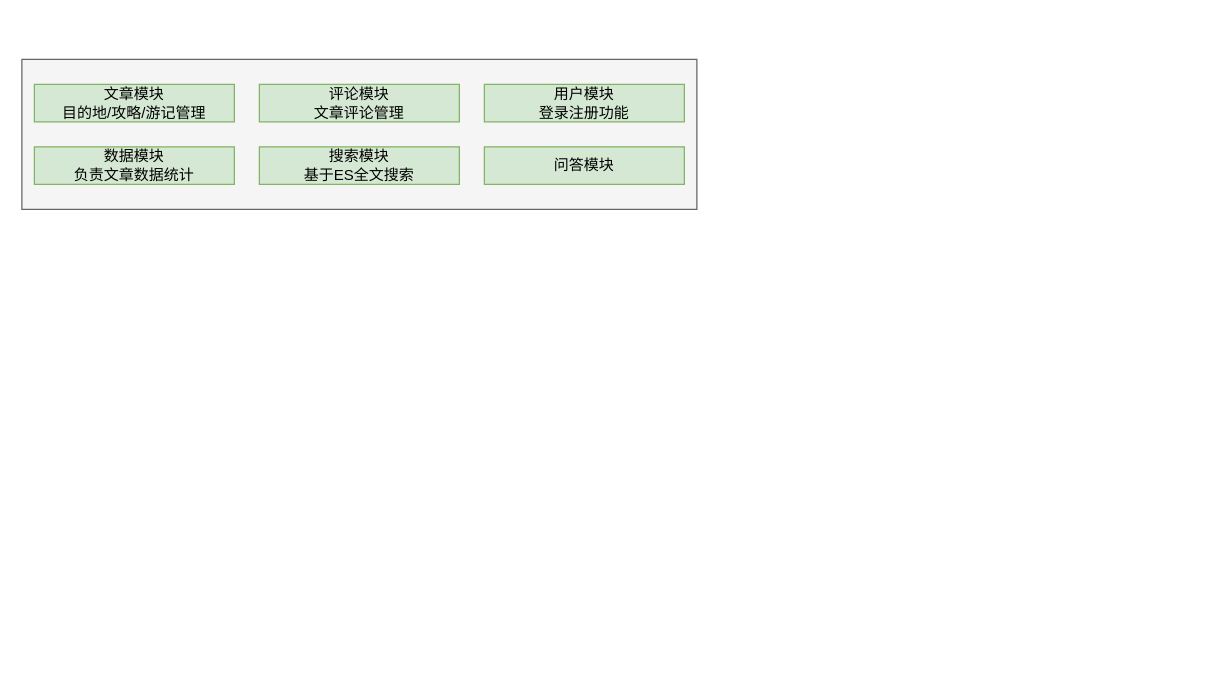
The draw.io diagram 狼行天下项目绘图/狼行天下模块分析.drawio in DarrenHoo-10/DarrenDraw, before the edit. Source tidied: cells renumbered, new cells numbered last; positions are measured from the earlier drawing's top-left corner, leaving out a move shared by most shapes. Both pictures are drawn from the tidied source at 125%, with x=0, y=0 at pixel (21, 59).
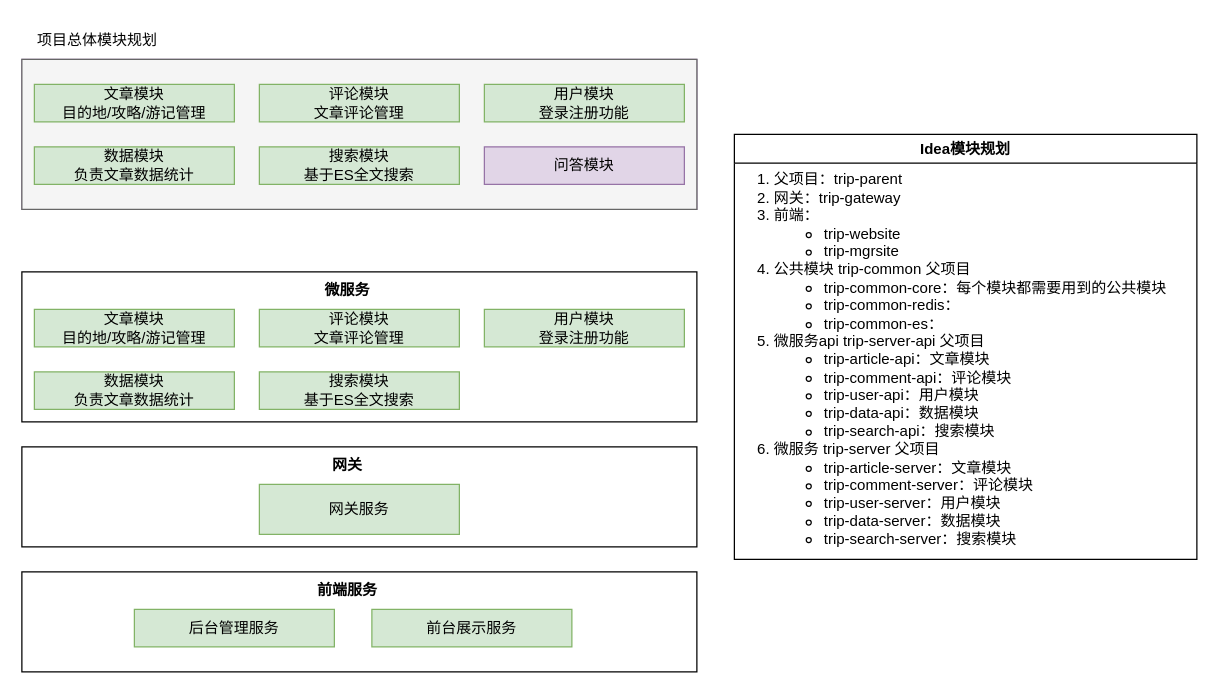
After the change.

Commit message (it also covers changes not shown here):
更新狼行天下模块分析.drawio

Change to the diagram source:
```diff
@@
-    <mxCell id="2" style="group;" parent="1" vertex="1">
+    <mxCell id="2" style="group;fillColor=#e1d5e7;strokeColor=#9673a6;" parent="1" vertex="1">
       <mxGeometry width="540" height="120" as="geometry" />
     </mxCell>
@@
-    <mxCell id="9" value="问答模块" style="rounded=0;whiteSpace=wrap;html=1;fillColor=#d5e8d4;strokeColor=#82b366;" parent="2" vertex="1">
+    <mxCell id="9" value="问答模块" style="rounded=0;whiteSpace=wrap;html=1;fillColor=#e1d5e7;strokeColor=#9673a6;" parent="2" vertex="1">
       <mxGeometry x="370" y="70" width="160" height="30" as="geometry" />
     </mxCell>
+    <mxCell id="10" value="项目总体模块规划" style="text;html=1;align=center;verticalAlign=middle;strokeColor=none;fillColor=none;" parent="1" vertex="1">
+      <mxGeometry y="-30" width="120" height="30" as="geometry" />
+    </mxCell>
+    <mxCell id="11" style="group;" parent="1" vertex="1">
+      <mxGeometry y="170" width="540" height="120" as="geometry" />
+    </mxCell>
+    <mxCell id="12" style="rounded=0;whiteSpace=wrap;html=1;" parent="11" vertex="1">
+      <mxGeometry width="540" height="120" as="geometry" />
+    </mxCell>
+    <mxCell id="13" value="&lt;b&gt;微服务&lt;/b&gt;" style="text;html=1;align=center;verticalAlign=middle;strokeColor=none;fillColor=none;" parent="11" vertex="1">
+      <mxGeometry x="230" width="60" height="30" as="geometry" />
+    </mxCell>
+    <mxCell id="14" value="文章模块&lt;br&gt;目的地/攻略/游记管理" style="rounded=0;whiteSpace=wrap;html=1;fillColor=#d5e8d4;strokeColor=#82b366;" parent="11" vertex="1">
+      <mxGeometry x="10" y="30" width="160" height="30" as="geometry" />
+    </mxCell>
+    <mxCell id="15" value="评论模块&lt;br&gt;文章评论管理" style="rounded=0;whiteSpace=wrap;html=1;fillColor=#d5e8d4;strokeColor=#82b366;" parent="11" vertex="1">
+      <mxGeometry x="190" y="30" width="160" height="30" as="geometry" />
+    </mxCell>
+    <mxCell id="16" value="用户模块&lt;br&gt;登录注册功能" style="rounded=0;whiteSpace=wrap;html=1;fillColor=#d5e8d4;strokeColor=#82b366;" parent="11" vertex="1">
+      <mxGeometry x="370" y="30" width="160" height="30" as="geometry" />
+    </mxCell>
+    <mxCell id="17" value="数据模块&lt;br&gt;负责文章数据统计" style="rounded=0;whiteSpace=wrap;html=1;fillColor=#d5e8d4;strokeColor=#82b366;" parent="11" vertex="1">
+      <mxGeometry x="10" y="80" width="160" height="30" as="geometry" />
+    </mxCell>
+    <mxCell id="18" value="搜索模块&lt;br&gt;基于ES全文搜索" style="rounded=0;whiteSpace=wrap;html=1;fillColor=#d5e8d4;strokeColor=#82b366;" parent="11" vertex="1">
+      <mxGeometry x="190" y="80" width="160" height="30" as="geometry" />
+    </mxCell>
+    <mxCell id="19" style="group;" parent="1" vertex="1">
+      <mxGeometry y="310" width="540" height="80" as="geometry" />
+    </mxCell>
+    <mxCell id="20" style="rounded=0;whiteSpace=wrap;html=1;" parent="19" vertex="1">
+      <mxGeometry width="540" height="80" as="geometry" />
+    </mxCell>
+    <mxCell id="21" value="&lt;b&gt;网关&lt;/b&gt;" style="text;html=1;align=center;verticalAlign=middle;strokeColor=none;fillColor=none;" parent="19" vertex="1">
+      <mxGeometry x="235" width="50" height="30" as="geometry" />
+    </mxCell>
+    <mxCell id="22" value="网关服务" style="rounded=0;whiteSpace=wrap;html=1;fillColor=#d5e8d4;strokeColor=#82b366;" parent="19" vertex="1">
+      <mxGeometry x="190" y="30" width="160" height="40" as="geometry" />
+    </mxCell>
+    <mxCell id="23" style="group;" parent="1" vertex="1">
+      <mxGeometry y="410" width="540" height="80" as="geometry" />
+    </mxCell>
+    <mxCell id="24" style="rounded=0;whiteSpace=wrap;html=1;" parent="23" vertex="1">
+      <mxGeometry width="540" height="80" as="geometry" />
+    </mxCell>
+    <mxCell id="25" value="&lt;b&gt;前端服务&lt;/b&gt;" style="text;html=1;align=center;verticalAlign=middle;strokeColor=none;fillColor=none;" parent="23" vertex="1">
+      <mxGeometry x="225" width="70" height="30" as="geometry" />
+    </mxCell>
+    <mxCell id="26" value="后台管理服务" style="rounded=0;whiteSpace=wrap;html=1;fillColor=#d5e8d4;strokeColor=#82b366;" parent="23" vertex="1">
+      <mxGeometry x="90" y="30" width="160" height="30" as="geometry" />
+    </mxCell>
+    <mxCell id="27" value="前台展示服务" style="rounded=0;whiteSpace=wrap;html=1;fillColor=#d5e8d4;strokeColor=#82b366;" parent="23" vertex="1">
+      <mxGeometry x="280" y="30" width="160" height="30" as="geometry" />
+    </mxCell>
+    <mxCell id="28" value="Idea模块规划" style="swimlane;whiteSpace=wrap;html=1;" parent="1" vertex="1">
+      <mxGeometry x="570" y="60" width="370" height="340" as="geometry" />
+    </mxCell>
+    <mxCell id="29" value="&lt;ol&gt;&lt;li&gt;父项目：trip-parent&lt;/li&gt;&lt;li style=&quot;&quot;&gt;网关：trip-gateway&lt;/li&gt;&lt;li style=&quot;&quot;&gt;前端：&lt;/li&gt;&lt;ul&gt;&lt;li&gt;trip-website&lt;/li&gt;&lt;li&gt;trip-mgrsite&lt;/li&gt;&lt;/ul&gt;&lt;li&gt;公共模块 trip-common 父项目&lt;/li&gt;&lt;ul&gt;&lt;li&gt;trip-common-core：每个模块都需要用到的公共模块&lt;/li&gt;&lt;li&gt;trip-common-redis：&lt;/li&gt;&lt;li&gt;trip-common-es：&lt;/li&gt;&lt;/ul&gt;&lt;li&gt;微服务api trip-server-api 父项目&lt;/li&gt;&lt;ul&gt;&lt;li style=&quot;border-color: var(--border-color);&quot;&gt;trip-article-api：文章模块&lt;/li&gt;&lt;li style=&quot;border-color: var(--border-color);&quot;&gt;trip-comment-api：评论模块&lt;/li&gt;&lt;li style=&quot;border-color: var(--border-color);&quot;&gt;trip-user-api：用户模块&lt;/li&gt;&lt;li style=&quot;border-color: var(--border-color);&quot;&gt;trip-data-api：数据模块&lt;/li&gt;&lt;li style=&quot;border-color: var(--border-color);&quot;&gt;trip-search-api：搜索模块&lt;/li&gt;&lt;/ul&gt;&lt;li&gt;微服务 trip-server 父项目&lt;/li&gt;&lt;ul&gt;&lt;li&gt;trip-article-server：文章模块&lt;/li&gt;&lt;li&gt;trip-comment-server：评论模块&lt;/li&gt;&lt;li&gt;trip-user-server：用户模块&lt;/li&gt;&lt;li&gt;trip-data-server：数据模块&lt;/li&gt;&lt;li&gt;trip-search-server：搜索模块&lt;/li&gt;&lt;/ul&gt;&lt;/ol&gt;" style="text;html=1;align=left;verticalAlign=middle;strokeColor=none;fillColor=none;" parent="28" vertex="1">
+      <mxGeometry x="-10" y="10" width="380" height="340" as="geometry" />
+    </mxCell>
```
